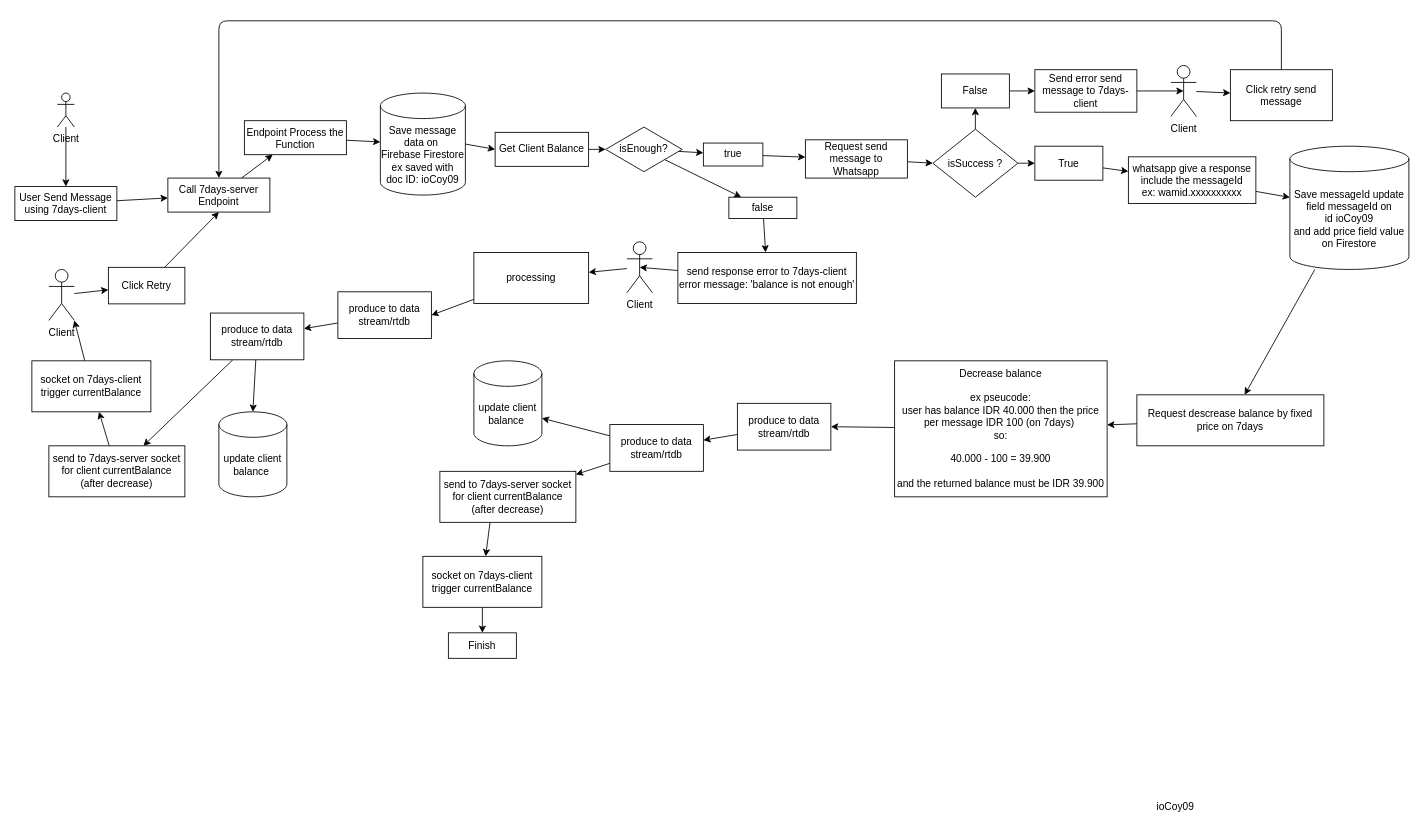
Earlier version of the draw.io diagram system-design/prepaid-design.drawio (cristinapravita/test-kafka). Source tidied: cells renumbered, new cells numbered last; positions are measured from the earlier drawing's top-left corner, leaving out a move shared by most shapes. Both pictures are drawn from the tidied source at 85%, with x=0, y=0 at pixel (14, 20).
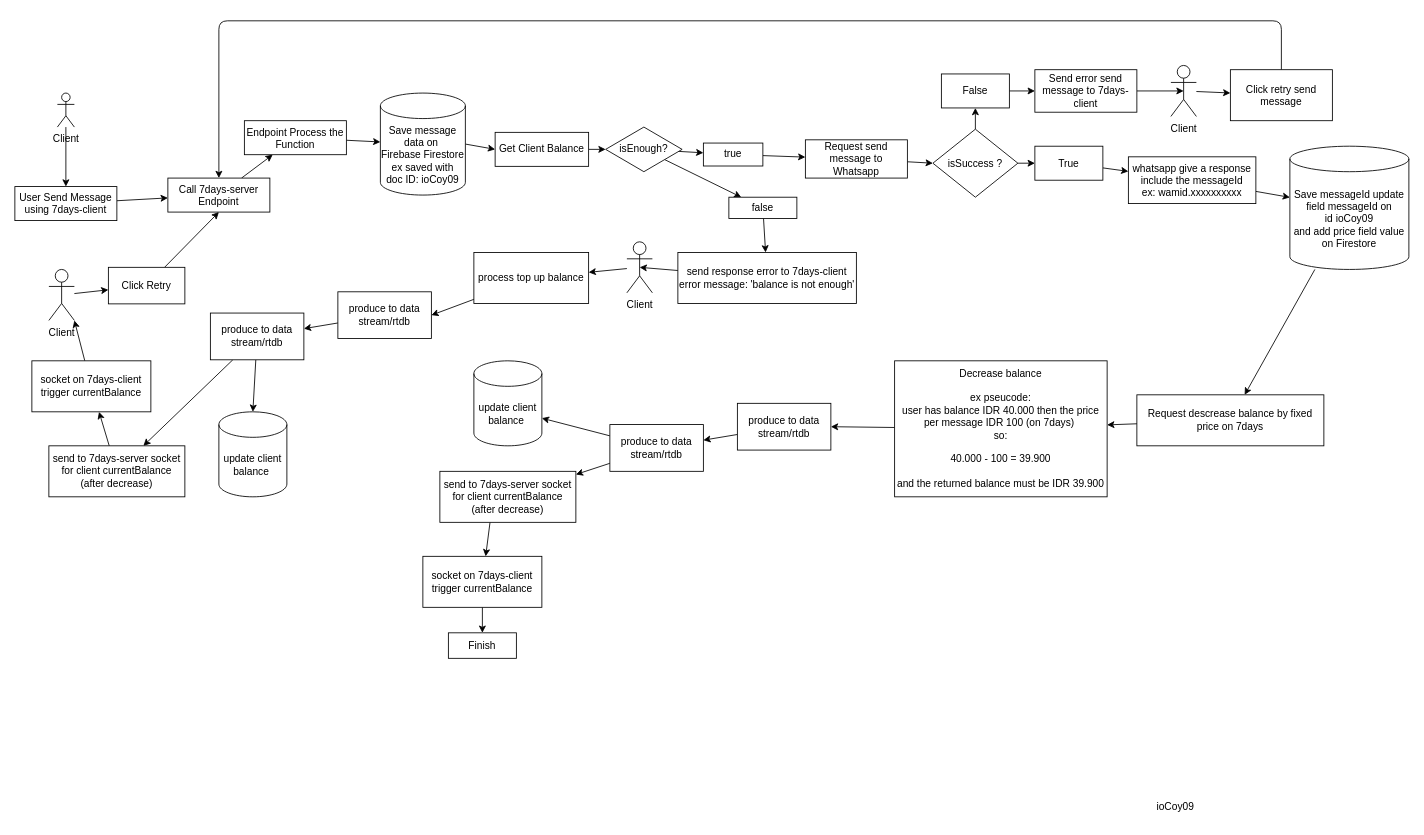
The same diagram, later.

Commit message:
update design system prepaid

What changed in the source:
```diff
@@
-    <mxCell id="61" value="processing" style="whiteSpace=wrap;html=1;rounded=0;" parent="1" vertex="1">
+    <mxCell id="61" value="process top up balance" style="whiteSpace=wrap;html=1;rounded=0;" parent="1" vertex="1">
       <mxGeometry x="540" y="272.5" width="135" height="60" as="geometry" />
     </mxCell>
```
